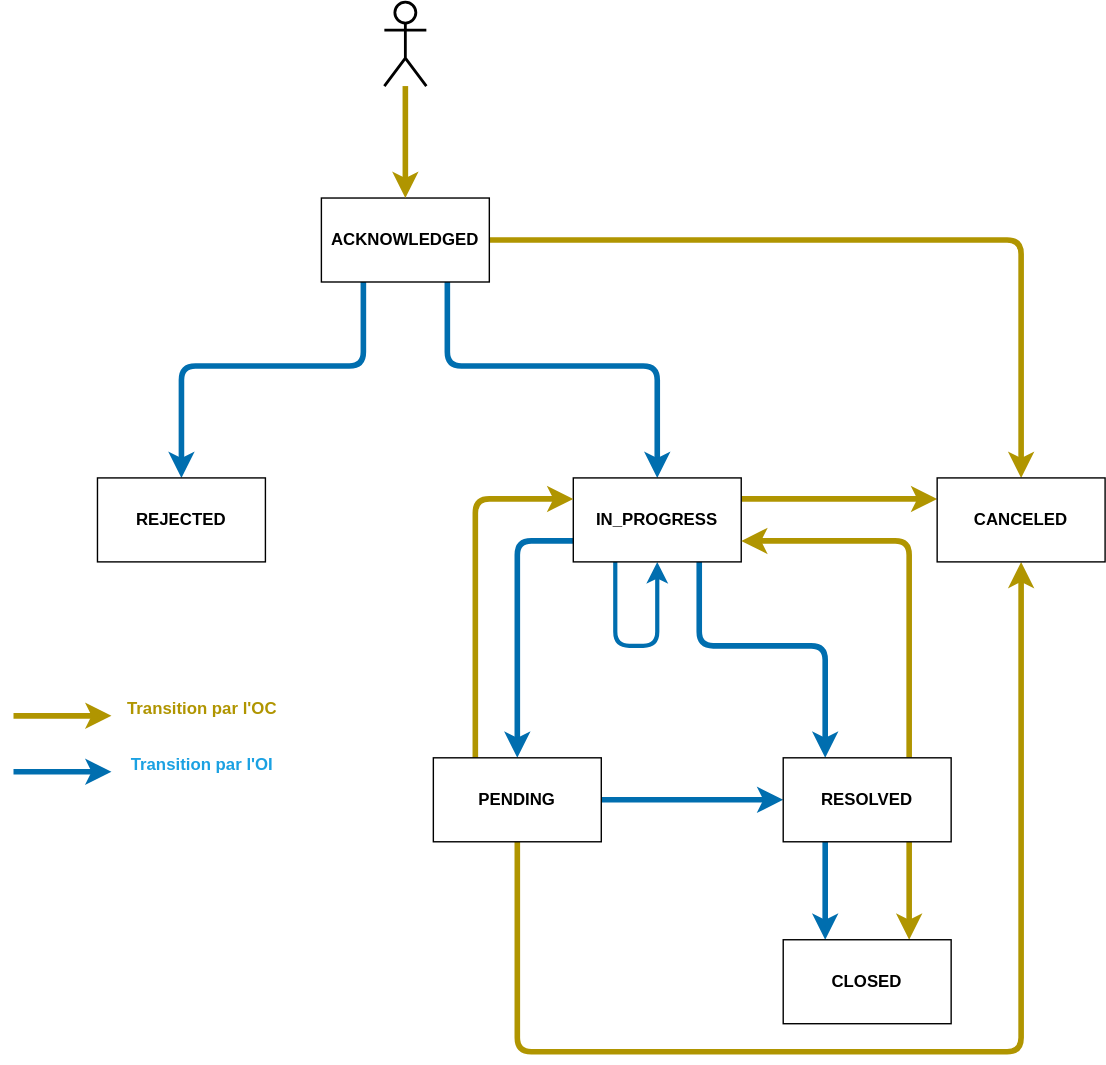
Before: status.drawio.svg, a diagram exported from draw.io (before-interop/anomalieAdresse). Source tidied: cells renumbered, new cells last; positions are measured from the earlier drawing's top-left corner, leaving out a move shared by most shapes.
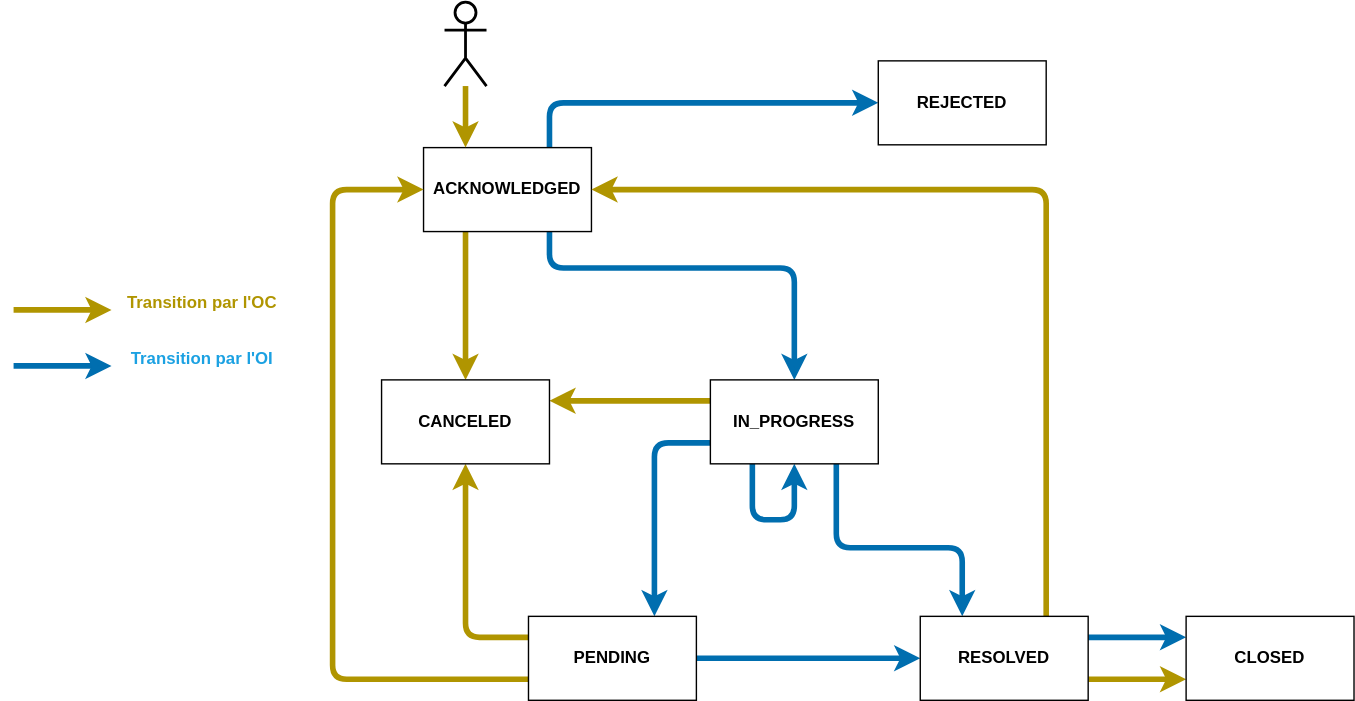
The same diagram one commit later.

Commit message:
IN_PROGRESS only by OI

Diff of the diagram source:
```diff
@@ -2,131 +2,125 @@
   <root>
     <mxCell id="0" />
     <mxCell id="1" parent="0" />
-    <mxCell id="2" style="edgeStyle=none;html=1;entryX=0.5;entryY=0;entryDx=0;entryDy=0;exitX=0.25;exitY=1;exitDx=0;exitDy=0;fillColor=#1ba1e2;strokeColor=#006EAF;strokeWidth=4;" parent="1" edge="1" source="5" target="6">
+    <mxCell id="2" style="edgeStyle=none;html=1;entryX=0;entryY=0.5;entryDx=0;entryDy=0;exitX=0.75;exitY=0;exitDx=0;exitDy=0;fillColor=#1ba1e2;strokeColor=#006EAF;strokeWidth=4;" parent="1" edge="1" source="5" target="6">
       <mxGeometry relative="1" as="geometry">
         <Array as="points">
-          <mxPoint x="250" y="260" />
-          <mxPoint x="120" y="260" />
+          <mxPoint x="323" y="212" />
         </Array>
       </mxGeometry>
     </mxCell>
     <mxCell id="3" style="edgeStyle=none;html=1;entryX=0.5;entryY=0;entryDx=0;entryDy=0;exitX=0.75;exitY=1;exitDx=0;exitDy=0;fillColor=#1ba1e2;strokeColor=#006EAF;strokeWidth=4;" parent="1" edge="1" source="5" target="11">
       <mxGeometry relative="1" as="geometry">
         <Array as="points">
-          <mxPoint x="310" y="260" />
-          <mxPoint x="460" y="260" />
+          <mxPoint x="323" y="330" />
+          <mxPoint x="498" y="330" />
         </Array>
       </mxGeometry>
     </mxCell>
-    <mxCell id="4" style="edgeStyle=none;html=1;entryX=0.5;entryY=0;entryDx=0;entryDy=0;fillColor=#e3c800;strokeColor=#B09500;strokeWidth=4;exitX=1;exitY=0.5;exitDx=0;exitDy=0;" parent="1" edge="1" source="5" target="20">
-      <mxGeometry relative="1" as="geometry">
-        <Array as="points">
-          <mxPoint x="720" y="170" />
-        </Array>
-      </mxGeometry>
+    <mxCell id="4" style="edgeStyle=none;html=1;entryX=0.5;entryY=0;entryDx=0;entryDy=0;fillColor=#e3c800;strokeColor=#B09500;strokeWidth=4;exitX=0.25;exitY=1;exitDx=0;exitDy=0;" parent="1" edge="1" source="5" target="20">
+      <mxGeometry relative="1" as="geometry" />
     </mxCell>
     <mxCell id="5" value="&lt;b&gt;ACKNOWLEDGED&lt;/b&gt;" style="rounded=0;whiteSpace=wrap;html=1;" parent="1" vertex="1">
-      <mxGeometry x="220" y="140" width="120" height="60" as="geometry" />
+      <mxGeometry x="233" y="244" width="120" height="60" as="geometry" />
     </mxCell>
     <mxCell id="6" value="&lt;b&gt;REJECTED&lt;/b&gt;" style="rounded=0;whiteSpace=wrap;html=1;" parent="1" vertex="1">
-      <mxGeometry x="60" y="340" width="120" height="60" as="geometry" />
+      <mxGeometry x="558" y="182" width="120" height="60" as="geometry" />
     </mxCell>
-    <mxCell id="7" style="edgeStyle=none;html=1;entryX=0.5;entryY=0;entryDx=0;entryDy=0;strokeWidth=4;fillColor=#1ba1e2;strokeColor=#006EAF;exitX=0;exitY=0.75;exitDx=0;exitDy=0;" parent="1" edge="1" source="11" target="15">
+    <mxCell id="7" style="edgeStyle=none;html=1;entryX=0.75;entryY=0;entryDx=0;entryDy=0;strokeWidth=4;fillColor=#1ba1e2;strokeColor=#006EAF;exitX=0;exitY=0.75;exitDx=0;exitDy=0;" parent="1" edge="1" source="11" target="15">
       <mxGeometry relative="1" as="geometry">
         <Array as="points">
-          <mxPoint x="360" y="385" />
+          <mxPoint x="398" y="455" />
         </Array>
       </mxGeometry>
     </mxCell>
     <mxCell id="8" style="edgeStyle=none;html=1;entryX=0.25;entryY=0;entryDx=0;entryDy=0;fillColor=#1ba1e2;strokeColor=#006EAF;strokeWidth=4;exitX=0.75;exitY=1;exitDx=0;exitDy=0;" parent="1" edge="1" source="11" target="19">
       <mxGeometry relative="1" as="geometry">
         <Array as="points">
-          <mxPoint x="490" y="460" />
-          <mxPoint x="580" y="460" />
+          <mxPoint x="528" y="530" />
+          <mxPoint x="618" y="530" />
         </Array>
       </mxGeometry>
     </mxCell>
-    <mxCell id="9" style="edgeStyle=none;html=1;entryX=0;entryY=0.25;entryDx=0;entryDy=0;fillColor=#e3c800;strokeColor=#B09500;strokeWidth=4;exitX=1;exitY=0.25;exitDx=0;exitDy=0;" parent="1" edge="1" source="11" target="20">
+    <mxCell id="9" style="edgeStyle=none;html=1;entryX=1;entryY=0.25;entryDx=0;entryDy=0;fillColor=#e3c800;strokeColor=#B09500;strokeWidth=4;exitX=0;exitY=0.25;exitDx=0;exitDy=0;" parent="1" edge="1" source="11" target="20">
       <mxGeometry relative="1" as="geometry" />
     </mxCell>
-    <mxCell id="10" style="edgeStyle=none;html=1;exitX=0.25;exitY=1;exitDx=0;exitDy=0;entryX=0.5;entryY=1;entryDx=0;entryDy=0;strokeWidth=3;fillColor=#1ba1e2;strokeColor=#006EAF;" parent="1" edge="1" source="11" target="11">
+    <mxCell id="10" style="edgeStyle=none;html=1;exitX=0.25;exitY=1;exitDx=0;exitDy=0;entryX=0.5;entryY=1;entryDx=0;entryDy=0;strokeWidth=4;fillColor=#1ba1e2;strokeColor=#006EAF;" parent="1" edge="1" source="11" target="11">
       <mxGeometry relative="1" as="geometry">
         <Array as="points">
-          <mxPoint x="430" y="460" />
-          <mxPoint x="460" y="460" />
+          <mxPoint x="468" y="510" />
+          <mxPoint x="498" y="510" />
         </Array>
       </mxGeometry>
     </mxCell>
     <mxCell id="11" value="&lt;b&gt;IN_PROGRESS&lt;/b&gt;" style="rounded=0;whiteSpace=wrap;html=1;" parent="1" vertex="1">
-      <mxGeometry x="400" y="340" width="120" height="60" as="geometry" />
+      <mxGeometry x="438" y="410" width="120" height="60" as="geometry" />
     </mxCell>
     <mxCell id="12" style="edgeStyle=none;html=1;entryX=0;entryY=0.5;entryDx=0;entryDy=0;exitX=1;exitY=0.5;exitDx=0;exitDy=0;fillColor=#1ba1e2;strokeColor=#006EAF;strokeWidth=4;" parent="1" edge="1" source="15" target="19">
       <mxGeometry relative="1" as="geometry" />
     </mxCell>
-    <mxCell id="13" style="edgeStyle=none;html=1;entryX=0;entryY=0.25;entryDx=0;entryDy=0;strokeWidth=4;exitX=0.25;exitY=0;exitDx=0;exitDy=0;fillColor=#e3c800;strokeColor=#B09500;" parent="1" edge="1" source="15" target="11">
+    <mxCell id="13" style="edgeStyle=none;html=1;entryX=0;entryY=0.5;entryDx=0;entryDy=0;strokeWidth=4;exitX=0;exitY=0.75;exitDx=0;exitDy=0;fillColor=#e3c800;strokeColor=#B09500;" parent="1" edge="1" source="15" target="5">
       <mxGeometry relative="1" as="geometry">
         <Array as="points">
-          <mxPoint x="330" y="355" />
+          <mxPoint x="168" y="624" />
+          <mxPoint x="168" y="274" />
         </Array>
       </mxGeometry>
     </mxCell>
-    <mxCell id="14" style="edgeStyle=none;html=1;entryX=0.5;entryY=1;entryDx=0;entryDy=0;strokeWidth=4;fontColor=#1BA1E2;fillColor=#e3c800;strokeColor=#B09500;" parent="1" edge="1" source="15" target="20">
+    <mxCell id="14" style="edgeStyle=none;html=1;entryX=0.5;entryY=1;entryDx=0;entryDy=0;strokeWidth=4;fontColor=#1BA1E2;fillColor=#e3c800;strokeColor=#B09500;exitX=0;exitY=0.25;exitDx=0;exitDy=0;" parent="1" edge="1" source="15" target="20">
       <mxGeometry relative="1" as="geometry">
         <Array as="points">
-          <mxPoint x="360" y="750" />
-          <mxPoint x="550" y="750" />
-          <mxPoint x="720" y="750" />
+          <mxPoint x="263" y="594" />
         </Array>
       </mxGeometry>
     </mxCell>
     <mxCell id="15" value="&lt;b&gt;PENDING&lt;/b&gt;" style="rounded=0;whiteSpace=wrap;html=1;" parent="1" vertex="1">
-      <mxGeometry x="300" y="540" width="120" height="60" as="geometry" />
+      <mxGeometry x="308" y="579" width="120" height="60" as="geometry" />
     </mxCell>
-    <mxCell id="16" style="edgeStyle=none;html=1;exitX=0.75;exitY=1;exitDx=0;exitDy=0;entryX=0.75;entryY=0;entryDx=0;entryDy=0;strokeWidth=4;fillColor=#e3c800;strokeColor=#B09500;" parent="1" edge="1" source="19" target="21">
+    <mxCell id="16" style="edgeStyle=none;html=1;exitX=1;exitY=0.75;exitDx=0;exitDy=0;entryX=0;entryY=0.75;entryDx=0;entryDy=0;strokeWidth=4;fillColor=#e3c800;strokeColor=#B09500;" parent="1" edge="1" source="19" target="21">
       <mxGeometry relative="1" as="geometry" />
     </mxCell>
-    <mxCell id="17" style="edgeStyle=none;html=1;exitX=0.25;exitY=1;exitDx=0;exitDy=0;entryX=0.25;entryY=0;entryDx=0;entryDy=0;strokeWidth=4;fillColor=#1ba1e2;strokeColor=#006EAF;" parent="1" edge="1" source="19" target="21">
+    <mxCell id="17" style="edgeStyle=none;html=1;exitX=1;exitY=0.25;exitDx=0;exitDy=0;entryX=0;entryY=0.25;entryDx=0;entryDy=0;strokeWidth=4;fillColor=#1ba1e2;strokeColor=#006EAF;" parent="1" edge="1" source="19" target="21">
       <mxGeometry relative="1" as="geometry" />
     </mxCell>
-    <mxCell id="18" style="edgeStyle=none;html=1;exitX=0.75;exitY=0;exitDx=0;exitDy=0;entryX=1;entryY=0.75;entryDx=0;entryDy=0;strokeWidth=4;fillColor=#e3c800;strokeColor=#B09500;" parent="1" edge="1" source="19" target="11">
+    <mxCell id="18" style="edgeStyle=none;html=1;exitX=0.75;exitY=0;exitDx=0;exitDy=0;entryX=1;entryY=0.5;entryDx=0;entryDy=0;strokeWidth=4;fillColor=#e3c800;strokeColor=#B09500;" parent="1" edge="1" source="19" target="5">
       <mxGeometry relative="1" as="geometry">
         <Array as="points">
-          <mxPoint x="640" y="385" />
+          <mxPoint x="678" y="274" />
         </Array>
       </mxGeometry>
     </mxCell>
     <mxCell id="19" value="&lt;b&gt;RESOLVED&lt;/b&gt;" style="rounded=0;whiteSpace=wrap;html=1;" parent="1" vertex="1">
-      <mxGeometry x="550" y="540" width="120" height="60" as="geometry" />
+      <mxGeometry x="588" y="579" width="120" height="60" as="geometry" />
     </mxCell>
     <mxCell id="20" value="&lt;b&gt;CANCELED&lt;/b&gt;" style="rounded=0;whiteSpace=wrap;html=1;" parent="1" vertex="1">
-      <mxGeometry x="660" y="340" width="120" height="60" as="geometry" />
+      <mxGeometry x="203" y="410" width="120" height="60" as="geometry" />
     </mxCell>
     <mxCell id="21" value="&lt;b&gt;CLOSED&lt;/b&gt;" style="rounded=0;whiteSpace=wrap;html=1;" parent="1" vertex="1">
-      <mxGeometry x="550" y="670" width="120" height="60" as="geometry" />
+      <mxGeometry x="778" y="579" width="120" height="60" as="geometry" />
     </mxCell>
     <mxCell id="22" style="endArrow=classic;html=1;strokeWidth=4;fillColor=#e3c800;strokeColor=#B09500;" parent="1" edge="1">
       <mxGeometry relative="1" as="geometry">
-        <mxPoint y="510" as="sourcePoint" />
-        <mxPoint x="70" y="510" as="targetPoint" />
+        <mxPoint x="-60" y="360" as="sourcePoint" />
+        <mxPoint x="10" y="360" as="targetPoint" />
       </mxGeometry>
     </mxCell>
     <mxCell id="23" style="endArrow=classic;html=1;strokeWidth=4;fillColor=#1ba1e2;strokeColor=#006EAF;" parent="1" edge="1">
       <mxGeometry relative="1" as="geometry">
-        <mxPoint y="550" as="sourcePoint" />
-        <mxPoint x="70" y="550" as="targetPoint" />
+        <mxPoint x="-60" y="400" as="sourcePoint" />
+        <mxPoint x="10" y="400" as="targetPoint" />
       </mxGeometry>
     </mxCell>
     <mxCell id="24" value="&lt;b&gt;Transition par l'OC&lt;/b&gt;" style="text;html=1;strokeColor=none;fillColor=none;align=center;verticalAlign=middle;whiteSpace=wrap;rounded=0;fontColor=#B09500;" parent="1" vertex="1">
-      <mxGeometry x="80" y="490" width="110" height="30" as="geometry" />
+      <mxGeometry x="20" y="340" width="110" height="30" as="geometry" />
     </mxCell>
     <mxCell id="25" value="&lt;b&gt;Transition par l'OI&lt;/b&gt;" style="text;html=1;strokeColor=none;fillColor=none;align=center;verticalAlign=middle;whiteSpace=wrap;rounded=0;fontColor=#1BA1E2;" parent="1" vertex="1">
-      <mxGeometry x="80" y="530" width="110" height="30" as="geometry" />
+      <mxGeometry x="20" y="380" width="110" height="30" as="geometry" />
     </mxCell>
-    <mxCell id="26" style="edgeStyle=none;html=1;entryX=0.5;entryY=0;entryDx=0;entryDy=0;strokeWidth=4;fontColor=#1BA1E2;fillColor=#e3c800;strokeColor=#B09500;" parent="1" edge="1" source="27" target="5">
+    <mxCell id="26" style="edgeStyle=none;html=1;entryX=0.25;entryY=0;entryDx=0;entryDy=0;strokeWidth=4;fontColor=#1BA1E2;fillColor=#e3c800;strokeColor=#B09500;" parent="1" edge="1" source="27" target="5">
       <mxGeometry relative="1" as="geometry" />
     </mxCell>
     <mxCell id="27" style="shape=umlActor;verticalLabelPosition=bottom;verticalAlign=top;html=1;outlineConnect=0;fontColor=#1BA1E2;fontStyle=0;strokeWidth=2;" parent="1" vertex="1">
-      <mxGeometry x="265" width="30" height="60" as="geometry" />
+      <mxGeometry x="248" y="140" width="30" height="60" as="geometry" />
     </mxCell>
   </root>
 </mxGraphModel>
```
